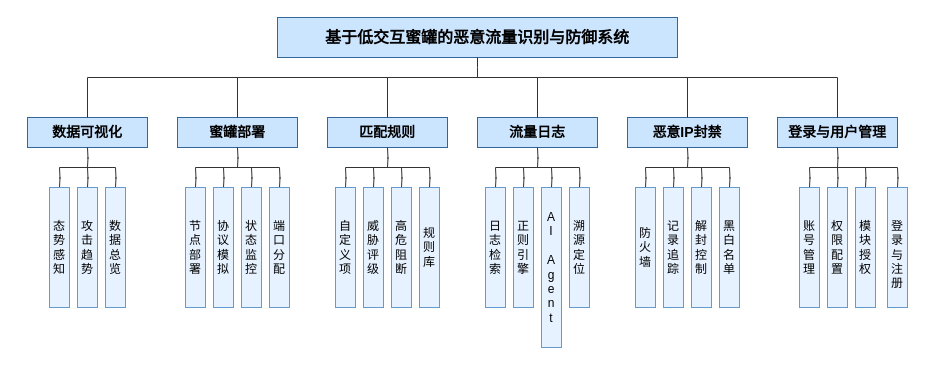
Above: 论文/图/系统功能模块图.drawio in 1290288259/miguan (draw.io), before the change. Source tidied: cells renumbered, new cells numbered last; positions are measured from the earlier drawing's top-left corner, leaving out a move shared by most shapes. Both pictures are drawn from the tidied source at 100%, with x=0, y=0 at pixel (27, 17).
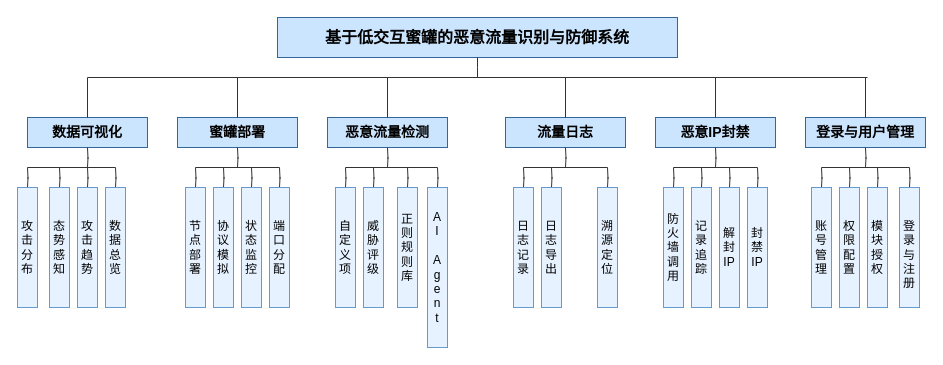
After the change.

Change to the diagram source:
```diff
@@
     <mxCell id="4" style="edgeStyle=orthogonalEdgeStyle;rounded=0;html=1;strokeColor=#333333;endArrow=none;" parent="1" edge="1">
       <mxGeometry relative="1" as="geometry">
         <mxPoint x="60" y="60" as="sourcePoint" />
-        <mxPoint x="810" y="60" as="targetPoint" />
+        <mxPoint x="840" y="60" as="targetPoint" />
       </mxGeometry>
     </mxCell>
@@
     <mxCell id="8" style="edgeStyle=orthogonalEdgeStyle;rounded=0;html=1;strokeColor=#333333;endArrow=none;" parent="1" edge="1">
       <mxGeometry relative="1" as="geometry">
-        <mxPoint x="32" y="150" as="sourcePoint" />
+        <mxPoint y="150" as="sourcePoint" />
         <mxPoint x="88" y="150" as="targetPoint" />
       </mxGeometry>
     </mxCell>
@@
-    <mxCell id="27" value="匹配规则" style="rounded=0;whiteSpace=wrap;html=1;fillColor=#cce5ff;strokeColor=#336699;fontColor=#000000;fontSize=14;fontStyle=1;" parent="1" vertex="1">
+    <mxCell id="27" value="恶意流量检测" style="rounded=0;whiteSpace=wrap;html=1;fillColor=#cce5ff;strokeColor=#336699;fontColor=#000000;fontSize=14;fontStyle=1;" parent="1" vertex="1">
       <mxGeometry x="300" y="100" width="120" height="30" as="geometry" />
     </mxCell>
@@
     <mxCell id="30" style="edgeStyle=orthogonalEdgeStyle;rounded=0;html=1;strokeColor=#333333;endArrow=none;" parent="1" edge="1">
       <mxGeometry relative="1" as="geometry">
         <mxPoint x="318" y="150" as="sourcePoint" />
-        <mxPoint x="402" y="150" as="targetPoint" />
+        <mxPoint x="410" y="150" as="targetPoint" />
       </mxGeometry>
     </mxCell>
@@
-    <mxCell id="35" style="edgeStyle=orthogonalEdgeStyle;rounded=0;html=1;strokeColor=#333333;endArrow=none;" parent="1" edge="1">
-      <mxGeometry relative="1" as="geometry">
-        <mxPoint x="374" y="150" as="sourcePoint" />
-        <mxPoint x="374" y="170" as="targetPoint" />
-      </mxGeometry>
-    </mxCell>
-    <mxCell id="36" value="高&#10;危&#10;阻&#10;断" style="rounded=0;whiteSpace=wrap;html=1;fillColor=#e6f2ff;strokeColor=#6699cc;fontColor=#000000;fontSize=12;" parent="1" vertex="1">
-      <mxGeometry x="364" y="170" width="20" height="120" as="geometry" />
-    </mxCell>
     <mxCell id="37" style="edgeStyle=orthogonalEdgeStyle;rounded=0;html=1;strokeColor=#333333;endArrow=none;" parent="1" edge="1">
       <mxGeometry relative="1" as="geometry">
-        <mxPoint x="402" y="150" as="sourcePoint" />
-        <mxPoint x="402" y="170" as="targetPoint" />
+        <mxPoint x="380" y="150" as="sourcePoint" />
+        <mxPoint x="380" y="170" as="targetPoint" />
       </mxGeometry>
     </mxCell>
-    <mxCell id="38" value="规&#10;则&#10;库" style="rounded=0;whiteSpace=wrap;html=1;fillColor=#e6f2ff;strokeColor=#6699cc;fontColor=#000000;fontSize=12;" parent="1" vertex="1">
-      <mxGeometry x="392" y="170" width="20" height="120" as="geometry" />
+    <mxCell id="38" value="&lt;div&gt;正则&lt;/div&gt;规&lt;br&gt;则&lt;br&gt;库" style="rounded=0;whiteSpace=wrap;html=1;fillColor=#e6f2ff;strokeColor=#6699cc;fontColor=#000000;fontSize=12;" parent="1" vertex="1">
+      <mxGeometry x="370" y="170" width="20" height="120" as="geometry" />
     </mxCell>
     <mxCell id="39" value="流量日志" style="rounded=0;whiteSpace=wrap;html=1;fillColor=#cce5ff;strokeColor=#336699;fontColor=#000000;fontSize=14;fontStyle=1;" parent="1" vertex="1">
-      <mxGeometry x="450" y="100" width="120" height="30" as="geometry" />
+      <mxGeometry x="478" y="100" width="120" height="30" as="geometry" />
     </mxCell>
     <mxCell id="40" style="edgeStyle=orthogonalEdgeStyle;rounded=0;html=1;strokeColor=#333333;endArrow=none;" parent="1" edge="1">
       <mxGeometry relative="1" as="geometry">
-        <mxPoint x="510" y="60" as="sourcePoint" />
-        <mxPoint x="510" y="100" as="targetPoint" />
+        <mxPoint x="538" y="60" as="sourcePoint" />
+        <mxPoint x="538" y="100" as="targetPoint" />
       </mxGeometry>
     </mxCell>
     <mxCell id="41" style="edgeStyle=orthogonalEdgeStyle;rounded=0;html=1;strokeColor=#333333;endArrow=none;" parent="1" edge="1">
       <mxGeometry relative="1" as="geometry">
-        <mxPoint x="510" y="130" as="sourcePoint" />
-        <mxPoint x="510" y="150" as="targetPoint" />
+        <mxPoint x="538" y="130" as="sourcePoint" />
+        <mxPoint x="538" y="150" as="targetPoint" />
       </mxGeometry>
     </mxCell>
     <mxCell id="42" style="edgeStyle=orthogonalEdgeStyle;rounded=0;html=1;strokeColor=#333333;endArrow=none;" parent="1" edge="1">
       <mxGeometry relative="1" as="geometry">
-        <mxPoint x="468" y="150" as="sourcePoint" />
-        <mxPoint x="552" y="150" as="targetPoint" />
+        <mxPoint x="496" y="150" as="sourcePoint" />
+        <mxPoint x="580" y="150" as="targetPoint" />
       </mxGeometry>
     </mxCell>
     <mxCell id="43" style="edgeStyle=orthogonalEdgeStyle;rounded=0;html=1;strokeColor=#333333;endArrow=none;" parent="1" edge="1">
       <mxGeometry relative="1" as="geometry">
-        <mxPoint x="468" y="150" as="sourcePoint" />
-        <mxPoint x="468" y="170" as="targetPoint" />
+        <mxPoint x="496" y="150" as="sourcePoint" />
+        <mxPoint x="496" y="170" as="targetPoint" />
       </mxGeometry>
     </mxCell>
-    <mxCell id="44" value="日&#10;志&#10;检&#10;索" style="rounded=0;whiteSpace=wrap;html=1;fillColor=#e6f2ff;strokeColor=#6699cc;fontColor=#000000;fontSize=12;" parent="1" vertex="1">
-      <mxGeometry x="458" y="170" width="20" height="120" as="geometry" />
+    <mxCell id="44" value="日&lt;br&gt;志&lt;br&gt;记录" style="rounded=0;whiteSpace=wrap;html=1;fillColor=#e6f2ff;strokeColor=#6699cc;fontColor=#000000;fontSize=12;" parent="1" vertex="1">
+      <mxGeometry x="486" y="170" width="20" height="120" as="geometry" />
     </mxCell>
     <mxCell id="45" style="edgeStyle=orthogonalEdgeStyle;rounded=0;html=1;strokeColor=#333333;endArrow=none;" parent="1" edge="1">
       <mxGeometry relative="1" as="geometry">
-        <mxPoint x="496" y="150" as="sourcePoint" />
-        <mxPoint x="496" y="170" as="targetPoint" />
+        <mxPoint x="524" y="150" as="sourcePoint" />
+        <mxPoint x="524" y="170" as="targetPoint" />
       </mxGeometry>
     </mxCell>
-    <mxCell id="46" value="正&#10;则&#10;引&#10;擎" style="rounded=0;whiteSpace=wrap;html=1;fillColor=#e6f2ff;strokeColor=#6699cc;fontColor=#000000;fontSize=12;" parent="1" vertex="1">
-      <mxGeometry x="486" y="170" width="20" height="120" as="geometry" />
+    <mxCell id="46" value="&lt;div&gt;&lt;br&gt;&lt;/div&gt;&lt;div&gt;&lt;br&gt;&lt;/div&gt;&lt;div&gt;&lt;span style=&quot;background-color: transparent; color: light-dark(rgb(0, 0, 0), rgb(237, 237, 237));&quot;&gt;日志导出&lt;/span&gt;&lt;/div&gt;&lt;br&gt;&lt;div&gt;&lt;br&gt;&lt;/div&gt;" style="rounded=0;whiteSpace=wrap;html=1;fillColor=#e6f2ff;strokeColor=#6699cc;fontColor=#000000;fontSize=12;" parent="1" vertex="1">
+      <mxGeometry x="514" y="170" width="20" height="120" as="geometry" />
     </mxCell>
     <mxCell id="47" style="edgeStyle=orthogonalEdgeStyle;rounded=0;html=1;strokeColor=#333333;endArrow=none;" parent="1" edge="1">
       <mxGeometry relative="1" as="geometry">
-        <mxPoint x="524" y="150" as="sourcePoint" />
-        <mxPoint x="524" y="170" as="targetPoint" />
+        <mxPoint x="410" y="150" as="sourcePoint" />
+        <mxPoint x="410" y="170" as="targetPoint" />
       </mxGeometry>
     </mxCell>
     <mxCell id="48" value="A&#10;I&#10; &#10;A&#10;g&#10;e&#10;n&#10;t" style="rounded=0;whiteSpace=wrap;html=1;fillColor=#e6f2ff;strokeColor=#6699cc;fontColor=#000000;fontSize=12;" parent="1" vertex="1">
-      <mxGeometry x="514" y="170" width="20" height="160" as="geometry" />
+      <mxGeometry x="400" y="170" width="20" height="160" as="geometry" />
     </mxCell>
     <mxCell id="49" style="edgeStyle=orthogonalEdgeStyle;rounded=0;html=1;strokeColor=#333333;endArrow=none;" parent="1" edge="1">
       <mxGeometry relative="1" as="geometry">
-        <mxPoint x="552" y="150" as="sourcePoint" />
-        <mxPoint x="552" y="170" as="targetPoint" />
+        <mxPoint x="580" y="150" as="sourcePoint" />
+        <mxPoint x="580" y="170" as="targetPoint" />
       </mxGeometry>
     </mxCell>
     <mxCell id="50" value="溯&#10;源&#10;定&#10;位" style="rounded=0;whiteSpace=wrap;html=1;fillColor=#e6f2ff;strokeColor=#6699cc;fontColor=#000000;fontSize=12;" parent="1" vertex="1">
-      <mxGeometry x="542" y="170" width="20" height="120" as="geometry" />
+      <mxGeometry x="570" y="170" width="20" height="120" as="geometry" />
     </mxCell>
     <mxCell id="51" value="恶意IP封禁" style="rounded=0;whiteSpace=wrap;html=1;fillColor=#cce5ff;strokeColor=#336699;fontColor=#000000;fontSize=14;fontStyle=1;" parent="1" vertex="1">
-      <mxGeometry x="600" y="100" width="120" height="30" as="geometry" />
+      <mxGeometry x="628" y="100" width="120" height="30" as="geometry" />
     </mxCell>
     <mxCell id="52" style="edgeStyle=orthogonalEdgeStyle;rounded=0;html=1;strokeColor=#333333;endArrow=none;" parent="1" edge="1">
       <mxGeometry relative="1" as="geometry">
-        <mxPoint x="660" y="60" as="sourcePoint" />
-        <mxPoint x="660" y="100" as="targetPoint" />
+        <mxPoint x="688" y="60" as="sourcePoint" />
+        <mxPoint x="688" y="100" as="targetPoint" />
       </mxGeometry>
     </mxCell>
     <mxCell id="53" style="edgeStyle=orthogonalEdgeStyle;rounded=0;html=1;strokeColor=#333333;endArrow=none;" parent="1" edge="1">
       <mxGeometry relative="1" as="geometry">
-        <mxPoint x="660" y="130" as="sourcePoint" />
-        <mxPoint x="660" y="150" as="targetPoint" />
+        <mxPoint x="688" y="130" as="sourcePoint" />
+        <mxPoint x="688" y="150" as="targetPoint" />
       </mxGeometry>
     </mxCell>
     <mxCell id="54" style="edgeStyle=orthogonalEdgeStyle;rounded=0;html=1;strokeColor=#333333;endArrow=none;" parent="1" edge="1">
       <mxGeometry relative="1" as="geometry">
-        <mxPoint x="618" y="150" as="sourcePoint" />
-        <mxPoint x="702" y="150" as="targetPoint" />
+        <mxPoint x="646" y="150" as="sourcePoint" />
+        <mxPoint x="730" y="150" as="targetPoint" />
       </mxGeometry>
     </mxCell>
     <mxCell id="55" style="edgeStyle=orthogonalEdgeStyle;rounded=0;html=1;strokeColor=#333333;endArrow=none;" parent="1" edge="1">
       <mxGeometry relative="1" as="geometry">
-        <mxPoint x="618" y="150" as="sourcePoint" />
-        <mxPoint x="618" y="170" as="targetPoint" />
+        <mxPoint x="646" y="150" as="sourcePoint" />
+        <mxPoint x="646" y="170" as="targetPoint" />
       </mxGeometry>
     </mxCell>
-    <mxCell id="56" value="防&#10;火&#10;墙" style="rounded=0;whiteSpace=wrap;html=1;fillColor=#e6f2ff;strokeColor=#6699cc;fontColor=#000000;fontSize=12;" parent="1" vertex="1">
-      <mxGeometry x="608" y="170" width="20" height="120" as="geometry" />
+    <mxCell id="56" value="防&lt;br&gt;火&lt;br&gt;墙调用" style="rounded=0;whiteSpace=wrap;html=1;fillColor=#e6f2ff;strokeColor=#6699cc;fontColor=#000000;fontSize=12;" parent="1" vertex="1">
+      <mxGeometry x="636" y="170" width="20" height="120" as="geometry" />
     </mxCell>
     <mxCell id="57" style="edgeStyle=orthogonalEdgeStyle;rounded=0;html=1;strokeColor=#333333;endArrow=none;" parent="1" edge="1">
       <mxGeometry relative="1" as="geometry">
-        <mxPoint x="646" y="150" as="sourcePoint" />
-        <mxPoint x="646" y="170" as="targetPoint" />
+        <mxPoint x="674" y="150" as="sourcePoint" />
+        <mxPoint x="674" y="170" as="targetPoint" />
       </mxGeometry>
     </mxCell>
     <mxCell id="58" value="记&#10;录&#10;追&#10;踪" style="rounded=0;whiteSpace=wrap;html=1;fillColor=#e6f2ff;strokeColor=#6699cc;fontColor=#000000;fontSize=12;" parent="1" vertex="1">
-      <mxGeometry x="636" y="170" width="20" height="120" as="geometry" />
+      <mxGeometry x="664" y="170" width="20" height="120" as="geometry" />
     </mxCell>
     <mxCell id="59" style="edgeStyle=orthogonalEdgeStyle;rounded=0;html=1;strokeColor=#333333;endArrow=none;" parent="1" edge="1">
       <mxGeometry relative="1" as="geometry">
-        <mxPoint x="674" y="150" as="sourcePoint" />
-        <mxPoint x="674" y="170" as="targetPoint" />
+        <mxPoint x="702" y="150" as="sourcePoint" />
+        <mxPoint x="702" y="170" as="targetPoint" />
       </mxGeometry>
     </mxCell>
-    <mxCell id="60" value="解&#10;封&#10;控&#10;制" style="rounded=0;whiteSpace=wrap;html=1;fillColor=#e6f2ff;strokeColor=#6699cc;fontColor=#000000;fontSize=12;" parent="1" vertex="1">
-      <mxGeometry x="664" y="170" width="20" height="120" as="geometry" />
+    <mxCell id="60" value="解&lt;br&gt;封&lt;br&gt;IP" style="rounded=0;whiteSpace=wrap;html=1;fillColor=#e6f2ff;strokeColor=#6699cc;fontColor=#000000;fontSize=12;" parent="1" vertex="1">
+      <mxGeometry x="692" y="170" width="20" height="120" as="geometry" />
     </mxCell>
     <mxCell id="61" style="edgeStyle=orthogonalEdgeStyle;rounded=0;html=1;strokeColor=#333333;endArrow=none;" parent="1" edge="1">
       <mxGeometry relative="1" as="geometry">
-        <mxPoint x="702" y="150" as="sourcePoint" />
-        <mxPoint x="702" y="170" as="targetPoint" />
+        <mxPoint x="730" y="150" as="sourcePoint" />
+        <mxPoint x="730" y="170" as="targetPoint" />
       </mxGeometry>
     </mxCell>
-    <mxCell id="62" value="黑&#10;白&#10;名&#10;单" style="rounded=0;whiteSpace=wrap;html=1;fillColor=#e6f2ff;strokeColor=#6699cc;fontColor=#000000;fontSize=12;" parent="1" vertex="1">
-      <mxGeometry x="692" y="170" width="20" height="120" as="geometry" />
+    <mxCell id="62" value="封禁IP" style="rounded=0;whiteSpace=wrap;html=1;fillColor=#e6f2ff;strokeColor=#6699cc;fontColor=#000000;fontSize=12;" parent="1" vertex="1">
+      <mxGeometry x="720" y="170" width="20" height="120" as="geometry" />
     </mxCell>
     <mxCell id="63" value="登录与用户管理" style="rounded=0;whiteSpace=wrap;html=1;fillColor=#cce5ff;strokeColor=#336699;fontColor=#000000;fontSize=14;fontStyle=1;" parent="1" vertex="1">
-      <mxGeometry x="750" y="100" width="120" height="30" as="geometry" />
+      <mxGeometry x="778" y="100" width="120" height="30" as="geometry" />
     </mxCell>
     <mxCell id="64" style="edgeStyle=orthogonalEdgeStyle;rounded=0;html=1;strokeColor=#333333;endArrow=none;" parent="1" edge="1">
       <mxGeometry relative="1" as="geometry">
-        <mxPoint x="810" y="60" as="sourcePoint" />
-        <mxPoint x="810" y="100" as="targetPoint" />
+        <mxPoint x="838" y="60" as="sourcePoint" />
+        <mxPoint x="838" y="100" as="targetPoint" />
       </mxGeometry>
     </mxCell>
     <mxCell id="65" style="edgeStyle=orthogonalEdgeStyle;rounded=0;html=1;strokeColor=#333333;endArrow=none;" parent="1" edge="1">
       <mxGeometry relative="1" as="geometry">
-        <mxPoint x="810" y="130" as="sourcePoint" />
-        <mxPoint x="810" y="150" as="targetPoint" />
+        <mxPoint x="838" y="130" as="sourcePoint" />
+        <mxPoint x="838" y="150" as="targetPoint" />
       </mxGeometry>
     </mxCell>
     <mxCell id="66" style="edgeStyle=orthogonalEdgeStyle;rounded=0;html=1;strokeColor=#333333;endArrow=none;" parent="1" edge="1">
       <mxGeometry relative="1" as="geometry">
-        <mxPoint x="782" y="150" as="sourcePoint" />
-        <mxPoint x="870" y="150" as="targetPoint" />
+        <mxPoint x="794" y="150" as="sourcePoint" />
+        <mxPoint x="882" y="150" as="targetPoint" />
       </mxGeometry>
     </mxCell>
     <mxCell id="67" style="edgeStyle=orthogonalEdgeStyle;rounded=0;html=1;strokeColor=#333333;endArrow=none;" parent="1" edge="1">
       <mxGeometry relative="1" as="geometry">
-        <mxPoint x="782" y="150" as="sourcePoint" />
-        <mxPoint x="782" y="170" as="targetPoint" />
+        <mxPoint x="794" y="150" as="sourcePoint" />
+        <mxPoint x="794" y="170" as="targetPoint" />
       </mxGeometry>
     </mxCell>
     <mxCell id="68" value="账&#10;号&#10;管&#10;理" style="rounded=0;whiteSpace=wrap;html=1;fillColor=#e6f2ff;strokeColor=#6699cc;fontColor=#000000;fontSize=12;" parent="1" vertex="1">
-      <mxGeometry x="772" y="170" width="20" height="120" as="geometry" />
+      <mxGeometry x="784" y="170" width="20" height="120" as="geometry" />
     </mxCell>
     <mxCell id="69" style="edgeStyle=orthogonalEdgeStyle;rounded=0;html=1;strokeColor=#333333;endArrow=none;" parent="1" edge="1">
       <mxGeometry relative="1" as="geometry">
-        <mxPoint x="810" y="150" as="sourcePoint" />
-        <mxPoint x="810" y="170" as="targetPoint" />
+        <mxPoint x="822" y="150" as="sourcePoint" />
+        <mxPoint x="822" y="170" as="targetPoint" />
       </mxGeometry>
     </mxCell>
     <mxCell id="70" value="权&#10;限&#10;配&#10;置" style="rounded=0;whiteSpace=wrap;html=1;fillColor=#e6f2ff;strokeColor=#6699cc;fontColor=#000000;fontSize=12;" parent="1" vertex="1">
-      <mxGeometry x="800" y="170" width="20" height="120" as="geometry" />
+      <mxGeometry x="812" y="170" width="20" height="120" as="geometry" />
     </mxCell>
     <mxCell id="71" style="edgeStyle=orthogonalEdgeStyle;rounded=0;html=1;strokeColor=#333333;endArrow=none;" parent="1" edge="1">
       <mxGeometry relative="1" as="geometry">
-        <mxPoint x="838" y="150" as="sourcePoint" />
-        <mxPoint x="838" y="170" as="targetPoint" />
+        <mxPoint x="850" y="150" as="sourcePoint" />
+        <mxPoint x="850" y="170" as="targetPoint" />
       </mxGeometry>
     </mxCell>
     <mxCell id="72" value="模&#10;块&#10;授&#10;权" style="rounded=0;whiteSpace=wrap;html=1;fillColor=#e6f2ff;strokeColor=#6699cc;fontColor=#000000;fontSize=12;" parent="1" vertex="1">
-      <mxGeometry x="828" y="170" width="20" height="120" as="geometry" />
+      <mxGeometry x="840" y="170" width="20" height="120" as="geometry" />
     </mxCell>
     <mxCell id="73" style="edgeStyle=orthogonalEdgeStyle;rounded=0;html=1;strokeColor=#333333;endArrow=none;" parent="1" edge="1">
       <mxGeometry relative="1" as="geometry">
-        <mxPoint x="870" y="150" as="sourcePoint" />
-        <mxPoint x="870" y="170" as="targetPoint" />
+        <mxPoint x="882" y="150" as="sourcePoint" />
+        <mxPoint x="882" y="170" as="targetPoint" />
       </mxGeometry>
     </mxCell>
     <mxCell id="74" value="&lt;br&gt;&lt;div&gt;登录与注册&lt;/div&gt;" style="rounded=0;whiteSpace=wrap;html=1;fillColor=#e6f2ff;strokeColor=#6699cc;fontColor=#000000;fontSize=12;" parent="1" vertex="1">
-      <mxGeometry x="860" y="170" width="20" height="120" as="geometry" />
+      <mxGeometry x="872" y="170" width="20" height="120" as="geometry" />
     </mxCell>
+    <mxCell id="75" style="edgeStyle=orthogonalEdgeStyle;rounded=0;html=1;strokeColor=#333333;endArrow=none;" parent="1" edge="1">
+      <mxGeometry relative="1" as="geometry">
+        <mxPoint y="150" as="sourcePoint" />
+        <mxPoint y="170" as="targetPoint" />
+      </mxGeometry>
+    </mxCell>
+    <mxCell id="76" value="攻击分布" style="rounded=0;whiteSpace=wrap;html=1;fillColor=#e6f2ff;strokeColor=#6699cc;fontColor=#000000;fontSize=12;" parent="1" vertex="1">
+      <mxGeometry x="-10" y="170" width="20" height="120" as="geometry" />
+    </mxCell>
```
